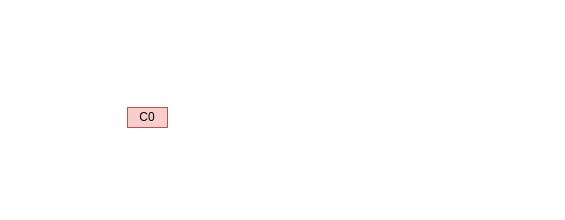
Earlier version of the draw.io diagram page "Follow" (1 of 2) of Document/readme.drawio (coibaka/GitLearnMyBasic). Source tidied: cells renumbered, new cells numbered last; positions are measured from the earlier drawing's top-left corner, leaving out a move shared by most shapes. Both pictures are drawn from the tidied source at 100%, with x=0, y=0 at pixel (127, 107).
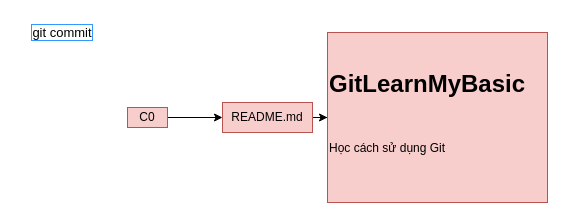
After the change.

Change to the diagram source:
```diff
@@
 <mxGraphModel>
   <root>
     <mxCell id="0" />
     <mxCell id="1" parent="0" />
+    <mxCell id="3" style="edgeStyle=orthogonalEdgeStyle;rounded=0;jettySize=auto;html=1;" parent="1" edge="1" source="2" target="5">
+      <mxGeometry relative="1" as="geometry" />
+    </mxCell>
     <mxCell id="2" value="C0" style="text;html=1;strokeColor=#b85450;fillColor=#f8cecc;align=center;verticalAlign=middle;whiteSpace=wrap;rounded=0;" parent="1" vertex="1">
       <mxGeometry width="40" height="20" as="geometry" />
     </mxCell>
+    <mxCell id="4" style="edgeStyle=orthogonalEdgeStyle;rounded=0;jettySize=auto;html=1;" parent="1" edge="1" source="5" target="6">
+      <mxGeometry relative="1" as="geometry" />
+    </mxCell>
+    <mxCell id="5" value="README.md" style="text;html=1;strokeColor=#b85450;fillColor=#f8cecc;align=center;verticalAlign=middle;whiteSpace=wrap;rounded=0;" parent="1" vertex="1">
+      <mxGeometry x="95" y="-5" width="90" height="30" as="geometry" />
+    </mxCell>
+    <mxCell id="6" value="&#10;&lt;h1 dir=&quot;auto&quot; tabindex=&quot;-1&quot;&gt;GitLearnMyBasic&lt;/h1&gt;&#10;&lt;p dir=&quot;auto&quot;&gt;Học cách sử dụng Git&lt;/p&gt;&#10;&#10;" style="text;html=1;strokeColor=#b85450;fillColor=#f8cecc;align=left;verticalAlign=middle;whiteSpace=wrap;rounded=0;" parent="1" vertex="1">
+      <mxGeometry x="200" y="-75" width="220" height="170" as="geometry" />
+    </mxCell>
+    <mxCell id="7" value="git commit" style="text;html=1;strokeColor=none;fillColor=none;align=center;verticalAlign=middle;whiteSpace=wrap;rounded=0;labelBorderColor=#3399FF;fontSize=13;strokeWidth=1;" parent="1" vertex="1">
+      <mxGeometry x="-110" y="-90" width="90" height="30" as="geometry" />
+    </mxCell>
   </root>
 </mxGraphModel>
```
